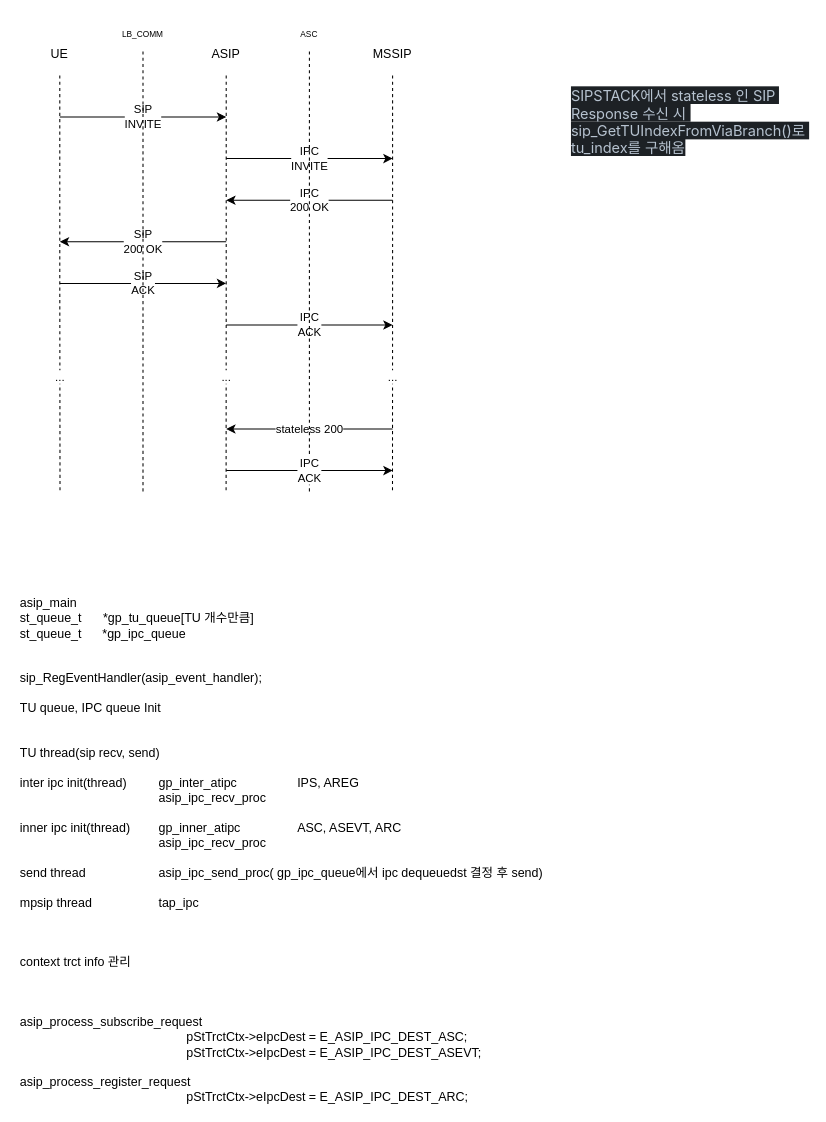
The draw.io diagram ATIPC.drawio in JaeHyeon774/NEWTIL, before the edit. Source tidied: cells renumbered, new cells numbered last; positions are measured from the earlier drawing's top-left corner, leaving out a move shared by most shapes. Both pictures are drawn from the tidied source at 104%, with x=0, y=0 at pixel (18, 18).
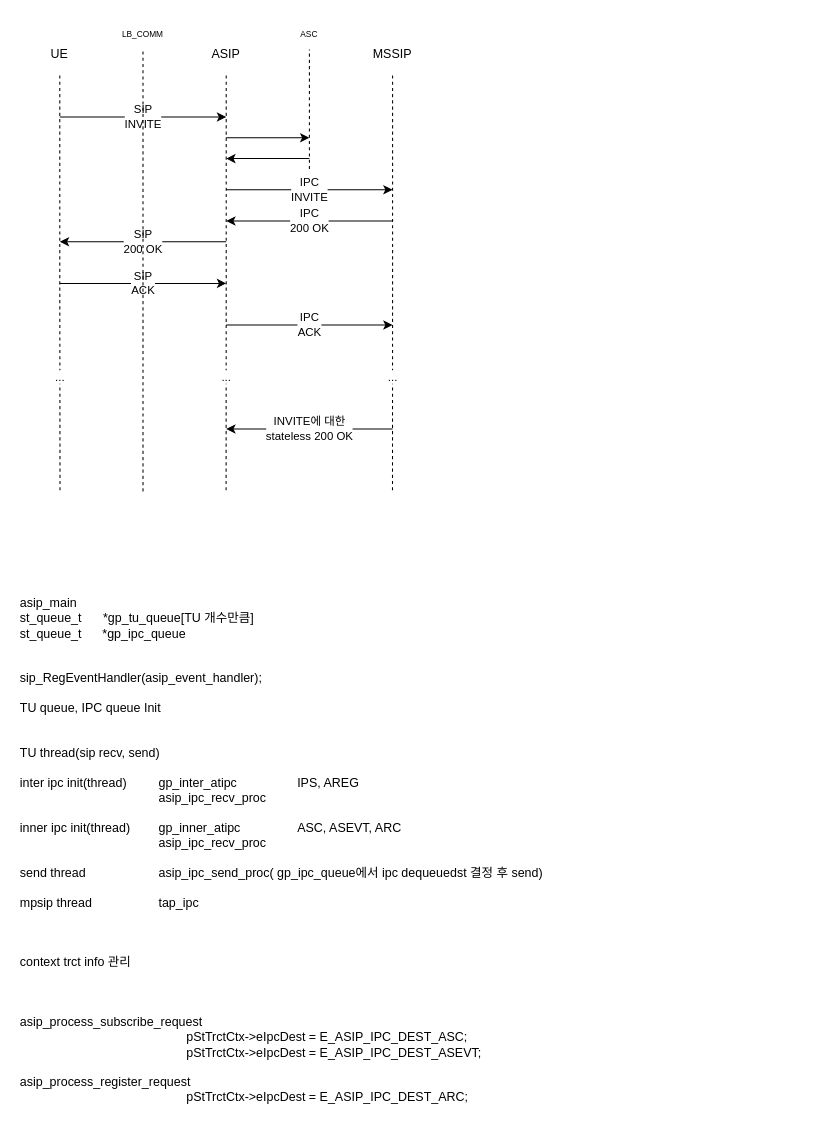
The same page after the edit.

The change refers to these unchanged cells:
```xml
<mxCell id="19" value="&lt;font style=&quot;font-size: 8px;&quot;&gt;ASC&lt;/font&gt;" style="text;html=1;align=center;verticalAlign=middle;whiteSpace=wrap;rounded=0;" parent="1" vertex="1">
  <mxGeometry x="250" width="60" height="30" as="geometry" />
</mxCell>
```

What changed in the source:
```diff
@@
     <mxCell id="9" value="IPC&lt;div&gt;INVITE&lt;/div&gt;" style="endArrow=classic;html=1;rounded=0;" parent="1" edge="1">
       <mxGeometry relative="1" as="geometry">
-        <mxPoint x="200" y="135" as="sourcePoint" />
-        <mxPoint x="360" y="135" as="targetPoint" />
+        <mxPoint x="200" y="165" as="sourcePoint" />
+        <mxPoint x="360" y="165" as="targetPoint" />
       </mxGeometry>
     </mxCell>
     <mxCell id="10" value="IPC&lt;div&gt;200 OK&lt;/div&gt;" style="endArrow=classic;html=1;rounded=0;" parent="1" edge="1">
       <mxGeometry relative="1" as="geometry">
-        <mxPoint x="360" y="175" as="sourcePoint" />
-        <mxPoint x="200" y="175" as="targetPoint" />
+        <mxPoint x="360" y="195" as="sourcePoint" />
+        <mxPoint x="200" y="195" as="targetPoint" />
       </mxGeometry>
     </mxCell>
@@
-    <mxCell id="14" value="stateless 200" style="endArrow=classic;html=1;rounded=0;" parent="1" edge="1">
+    <mxCell id="14" value="INVITE에 대한&lt;br&gt;stateless 200 OK" style="endArrow=classic;html=1;rounded=0;" parent="1" edge="1">
       <mxGeometry relative="1" as="geometry">
         <mxPoint x="360" y="395" as="sourcePoint" />
         <mxPoint x="200" y="395" as="targetPoint" />
       </mxGeometry>
     </mxCell>
-    <mxCell id="15" value="&lt;span style=&quot;color: rgb(182, 194, 207); font-family: -apple-system, BlinkMacSystemFont, &amp;quot;Segoe UI&amp;quot;, Roboto, Oxygen, Ubuntu, &amp;quot;Fira Sans&amp;quot;, &amp;quot;Droid Sans&amp;quot;, &amp;quot;Helvetica Neue&amp;quot;, sans-serif; font-size: 14px; font-style: normal; font-variant-ligatures: normal; font-variant-caps: normal; font-weight: 400; letter-spacing: -0.07px; orphans: 2; text-indent: 0px; text-transform: none; widows: 2; word-spacing: 0px; -webkit-text-stroke-width: 0px; white-space: pre-wrap; background-color: rgb(29, 33, 37); text-decoration-thickness: initial; text-decoration-style: initial; text-decoration-color: initial; float: none; display: inline !important;&quot;&gt;SIPSTACK에서 stateless 인 SIP Response 수신 시 sip_GetTUIndexFromViaBranch()로 tu_index를 구해옴&lt;/span&gt;" style="text;html=1;align=left;verticalAlign=middle;whiteSpace=wrap;rounded=0;" parent="1" vertex="1">
-      <mxGeometry x="530" y="65" width="230" height="70" as="geometry" />
-    </mxCell>
@@
     <mxCell id="18" style="endArrow=none;dashed=1;html=1;rounded=0;" parent="1" edge="1" target="19">
       <mxGeometry relative="1" as="geometry">
-        <mxPoint x="280" y="455" as="sourcePoint" />
+        <mxPoint x="280" y="145" as="sourcePoint" />
       </mxGeometry>
     </mxCell>
@@
-    <mxCell id="21" value="IPC&lt;br&gt;ACK" style="endArrow=classic;html=1;rounded=0;" parent="1" edge="1">
-      <mxGeometry relative="1" as="geometry">
-        <mxPoint x="200" y="435" as="sourcePoint" />
-        <mxPoint x="360" y="435" as="targetPoint" />
-      </mxGeometry>
-    </mxCell>
+    <mxCell id="22" style="endArrow=classic;html=1;rounded=0;" parent="1" edge="1">
+      <mxGeometry relative="1" as="geometry">
+        <mxPoint x="200" y="115" as="sourcePoint" />
+        <mxPoint x="280" y="115" as="targetPoint" />
+      </mxGeometry>
+    </mxCell>
+    <mxCell id="23" style="endArrow=classic;html=1;rounded=0;" parent="1" edge="1">
+      <mxGeometry relative="1" as="geometry">
+        <mxPoint x="280" y="135" as="sourcePoint" />
+        <mxPoint x="200" y="135" as="targetPoint" />
+      </mxGeometry>
+    </mxCell>
```
